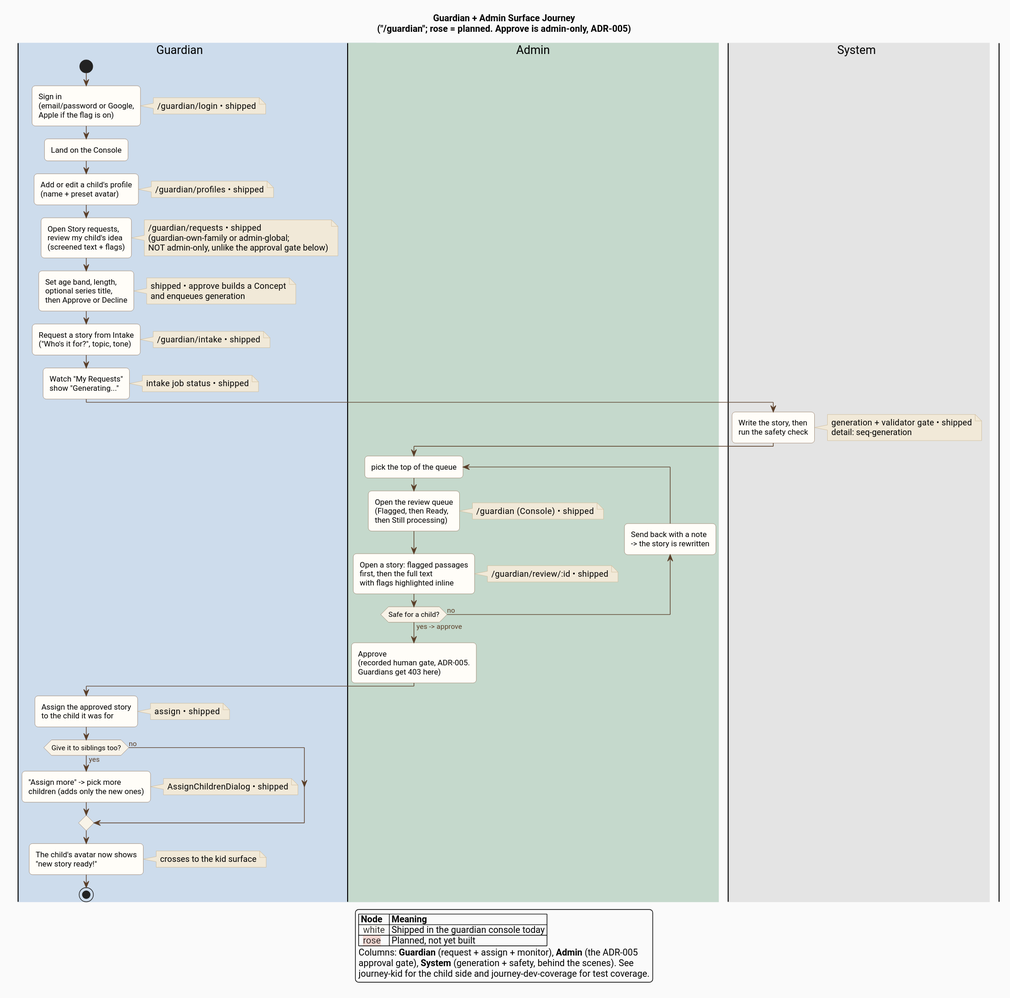
Before: docs/architecture/diagrams/journey-guardian.svg, a diagram exported from PlantUML (ByronWilliamsCPA/cyo-adventure). Source of this version:
```plantuml
@startuml

title Guardian + Admin Surface Journey\n("/guardian"; rose = planned. Approve is admin-only, ADR-005)

skinparam defaultFontName "Roboto"
skinparam backgroundColor #FAFAFA
skinparam roundCorner 10
skinparam shadowing false
skinparam ArrowColor #5a3e28
skinparam ArrowFontColor #5a3e28
skinparam ActivityBackgroundColor #FFFDF8
skinparam ActivityBorderColor #8c6f56
skinparam ActivityDiamondBackgroundColor #f8f3e8
skinparam ActivityDiamondBorderColor #8c6f56
skinparam NoteBackgroundColor #F1E9D8
skinparam NoteBorderColor #c9b48f
skinparam swimlaneWidth same

|#CDDCEC|Guardian|
|#C5D9CC|Admin|
|#E4E4E4|System|

|Guardian|
start
:Sign in
(email/password or Google,
Apple if the flag is on);
note right: /guardian/login  •  shipped
:Land on the Console;

:Add or edit a child's profile
(name + preset avatar);
note right: /guardian/profiles  •  shipped

:Open Story requests,
review my child's idea
(screened text + flags);
note right: /guardian/requests  •  shipped\n(guardian-own-family or admin-global;\nNOT admin-only, unlike the approval gate below)
:Set age band, length,
optional series title,
then Approve or Decline;
note right: shipped  •  approve builds a Concept\nand enqueues generation

:Request a story from Intake
("Who's it for?", topic, tone);
note right: /guardian/intake  •  shipped
:Watch "My Requests"
show "Generating...";
note right: intake job status  •  shipped

|System|
:Write the story, then
run the safety check;
note right: generation + validator gate  •  shipped\ndetail: seq-generation

|Admin|
repeat :pick the top of the queue;
  :Open the review queue
  (Flagged, then Ready,
  then Still processing);
  note right: /guardian  (Console)  •  shipped
  :Open a story: flagged passages
  first, then the full text
  with flags highlighted inline;
  note right: /guardian/review/:id  •  shipped
backward:Send back with a note
-> the story is rewritten;
repeat while (Safe for a child?) is (no) not (yes -> approve)
:Approve
(recorded human gate, ADR-005.
Guardians get 403 here);

|Guardian|
:Assign the approved story
to the child it was for;
note right: assign  •  shipped
if (Give it to siblings too?) then (yes)
  :"Assign more" -> pick more
  children (adds only the new ones);
  note right: AssignChildrenDialog  •  shipped
else (no)
endif
:The child's avatar now shows
"new story ready!";
note right: crosses to the kid surface
stop

legend bottom
  |= Node |= Meaning |
  |<back:#FFFDF8>  white  </back>| Shipped in the guardian console today |
  |<back:#F3D9D4>  rose   </back>| Planned, not yet built |
  Columns: <b>Guardian</b> (request + assign + monitor), <b>Admin</b> (the ADR-005
  approval gate), <b>System</b> (generation + safety, behind the scenes). See
  journey-kid for the child side and journey-dev-coverage for test coverage.
endlegend
@enduml
```
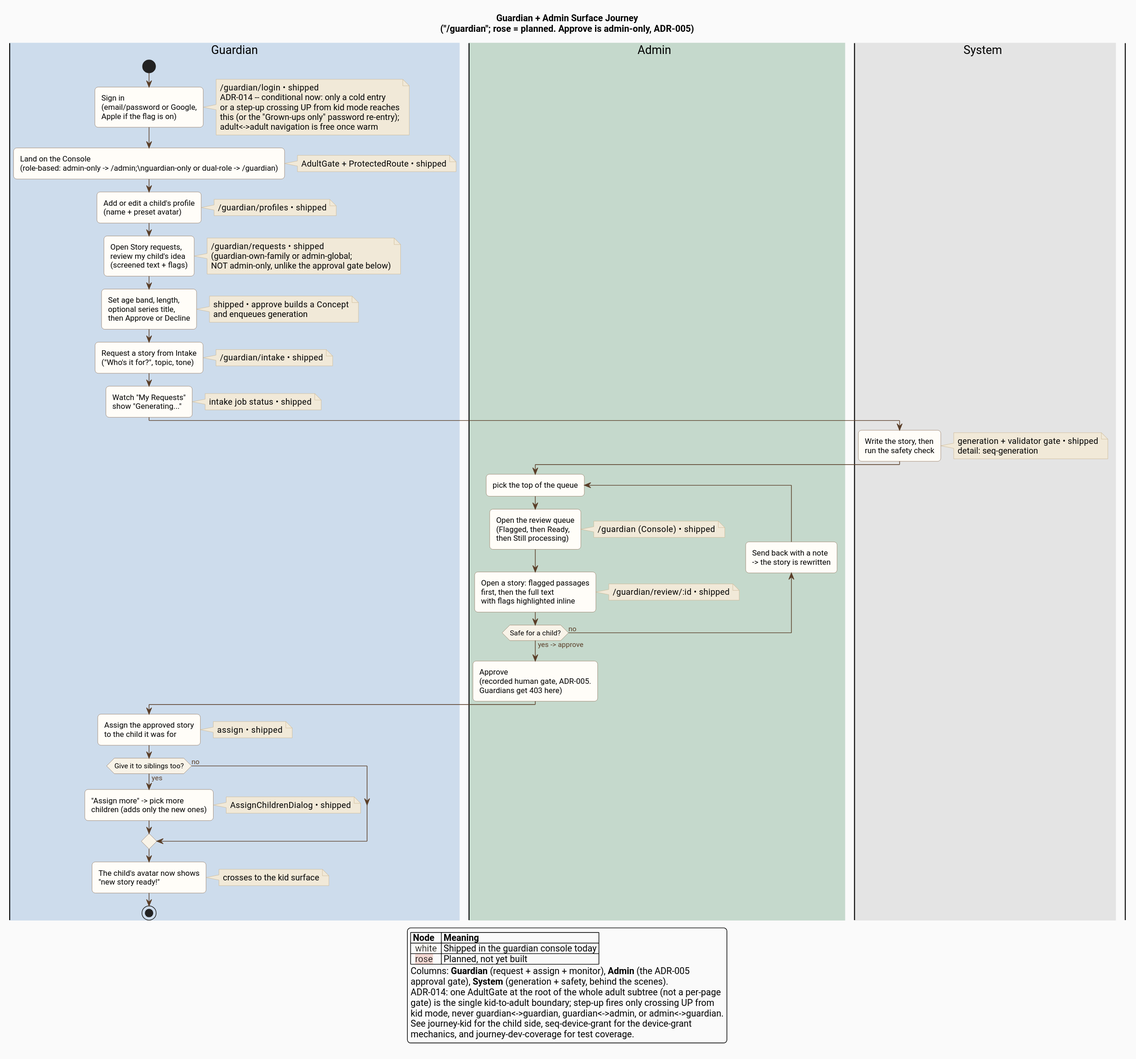
Above is the later version.

Change to the diagram source:
```diff
@@ -25,8 +25,10 @@
 :Sign in
 (email/password or Google,
 Apple if the flag is on);
-note right: /guardian/login  •  shipped
-:Land on the Console;
+note right: /guardian/login  •  shipped\nADR-014 -- conditional now: only a cold entry\nor a step-up crossing UP from kid mode reaches\nthis (or the "Grown-ups only" password re-entry);\nadult<->adult navigation is free once warm
+:Land on the Console
+(role-based: admin-only -> /admin;\nguardian-only or dual-role -> /guardian);
+note right: AdultGate + ProtectedRoute  •  shipped
 
 :Add or edit a child's profile
 (name + preset avatar);
@@ -90,7 +92,11 @@
   |<back:#FFFDF8>  white  </back>| Shipped in the guardian console today |
   |<back:#F3D9D4>  rose   </back>| Planned, not yet built |
   Columns: <b>Guardian</b> (request + assign + monitor), <b>Admin</b> (the ADR-005
-  approval gate), <b>System</b> (generation + safety, behind the scenes). See
-  journey-kid for the child side and journey-dev-coverage for test coverage.
+  approval gate), <b>System</b> (generation + safety, behind the scenes).
+  ADR-014: one AdultGate at the root of the whole adult subtree (not a per-page
+  gate) is the single kid-to-adult boundary; step-up fires only crossing UP from
+  kid mode, never guardian<->guardian, guardian<->admin, or admin<->guardian.
+  See journey-kid for the child side, seq-device-grant for the device-grant
+  mechanics, and journey-dev-coverage for test coverage.
 endlegend
 @enduml
```
